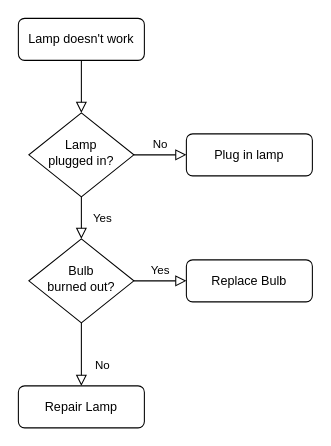
The draw.io diagram Untitled Diagram.drawio in khanhtttb/automotive, before the edit. Source tidied: cells renumbered, new cells numbered last; positions are measured from the earlier drawing's top-left corner, leaving out a move shared by most shapes. Both pictures are drawn from the tidied source at 105%, with x=0, y=0 at pixel (18, 18).
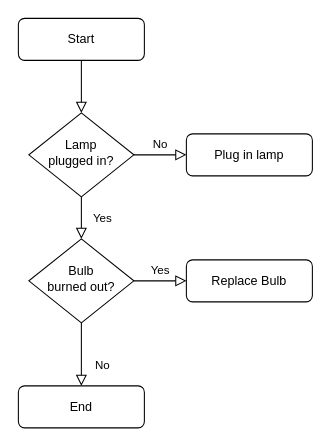
The same page after the edit.

Commit message:
eSPV_Init

Change to the diagram source:
```diff
@@
 <mxGraphModel>
   <root>
     <mxCell id="0" />
     <mxCell id="1" parent="0" />
     <mxCell id="2" style="rounded=0;html=1;jettySize=auto;fontSize=11;endArrow=block;endFill=0;endSize=8;strokeWidth=1;shadow=0;labelBackgroundColor=none;edgeStyle=orthogonalEdgeStyle;" parent="1" edge="1" source="3" target="6">
       <mxGeometry relative="1" as="geometry" />
     </mxCell>
-    <mxCell id="3" value="Lamp doesn't work" style="rounded=1;whiteSpace=wrap;html=1;fontSize=12;glass=0;strokeWidth=1;shadow=0;" parent="1" vertex="1">
+    <mxCell id="3" value="Start" style="rounded=1;whiteSpace=wrap;html=1;fontSize=12;glass=0;strokeWidth=1;shadow=0;" parent="1" vertex="1">
       <mxGeometry width="120" height="40" as="geometry" />
     </mxCell>
     <mxCell id="4" value="Yes" style="rounded=0;html=1;jettySize=auto;fontSize=11;endArrow=block;endFill=0;endSize=8;strokeWidth=1;shadow=0;labelBackgroundColor=none;edgeStyle=orthogonalEdgeStyle;" parent="1" edge="1" source="6" target="10">
       <mxGeometry y="20" relative="1" as="geometry" />
     </mxCell>
     <mxCell id="5" value="No" style="edgeStyle=orthogonalEdgeStyle;rounded=0;html=1;jettySize=auto;fontSize=11;endArrow=block;endFill=0;endSize=8;strokeWidth=1;shadow=0;labelBackgroundColor=none;" parent="1" edge="1" source="6" target="7">
       <mxGeometry y="10" relative="1" as="geometry" />
     </mxCell>
     <mxCell id="6" value="Lamp&lt;br&gt;plugged in?" style="rhombus;whiteSpace=wrap;html=1;shadow=0;fontFamily=Helvetica;fontSize=12;align=center;strokeWidth=1;spacing=6;spacingTop=-4;" parent="1" vertex="1">
       <mxGeometry x="10" y="90" width="100" height="80" as="geometry" />
     </mxCell>
     <mxCell id="7" value="Plug in lamp" style="rounded=1;whiteSpace=wrap;html=1;fontSize=12;glass=0;strokeWidth=1;shadow=0;" parent="1" vertex="1">
       <mxGeometry x="160" y="110" width="120" height="40" as="geometry" />
     </mxCell>
     <mxCell id="8" value="No" style="rounded=0;html=1;jettySize=auto;fontSize=11;endArrow=block;endFill=0;endSize=8;strokeWidth=1;shadow=0;labelBackgroundColor=none;edgeStyle=orthogonalEdgeStyle;" parent="1" edge="1" source="10" target="11">
       <mxGeometry x="0.33" y="20" relative="1" as="geometry" />
     </mxCell>
     <mxCell id="9" value="Yes" style="edgeStyle=orthogonalEdgeStyle;rounded=0;html=1;jettySize=auto;fontSize=11;endArrow=block;endFill=0;endSize=8;strokeWidth=1;shadow=0;labelBackgroundColor=none;" parent="1" edge="1" source="10" target="12">
       <mxGeometry y="10" relative="1" as="geometry" />
     </mxCell>
     <mxCell id="10" value="Bulb&lt;br&gt;burned out?" style="rhombus;whiteSpace=wrap;html=1;shadow=0;fontFamily=Helvetica;fontSize=12;align=center;strokeWidth=1;spacing=6;spacingTop=-4;" parent="1" vertex="1">
       <mxGeometry x="10" y="210" width="100" height="80" as="geometry" />
     </mxCell>
-    <mxCell id="11" value="Repair Lamp" style="rounded=1;whiteSpace=wrap;html=1;fontSize=12;glass=0;strokeWidth=1;shadow=0;" parent="1" vertex="1">
+    <mxCell id="11" value="End" style="rounded=1;whiteSpace=wrap;html=1;fontSize=12;glass=0;strokeWidth=1;shadow=0;" parent="1" vertex="1">
       <mxGeometry y="350" width="120" height="40" as="geometry" />
     </mxCell>
     <mxCell id="12" value="Replace Bulb" style="rounded=1;whiteSpace=wrap;html=1;fontSize=12;glass=0;strokeWidth=1;shadow=0;" parent="1" vertex="1">
       <mxGeometry x="160" y="230" width="120" height="40" as="geometry" />
     </mxCell>
   </root>
 </mxGraphModel>
```
